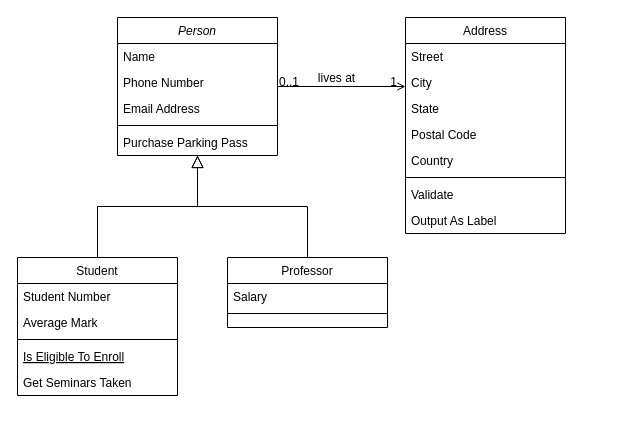
Above: 제목 없는 다이어그램.drawio in hu4nana/ClassIdeas (draw.io), before the change. Source tidied: cells renumbered, new cells numbered last; positions are measured from the earlier drawing's top-left corner, leaving out a move shared by most shapes. Both pictures are drawn from the tidied source at 100%, with x=0, y=0 at pixel (17, 17).
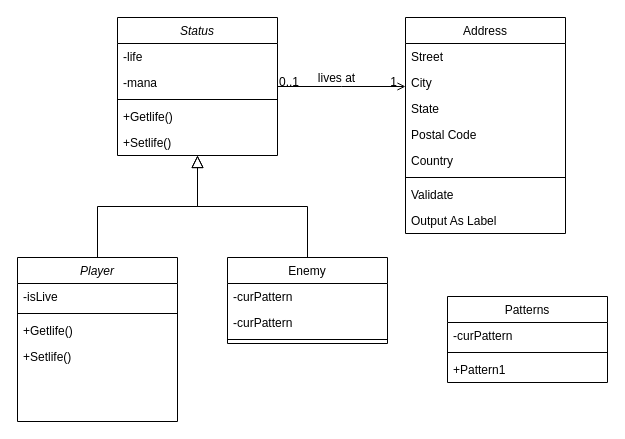
Above is the later version.

Commit message:
제목 없는 다이어그램.drawio 업데이트

What changed in the source:
```diff
@@
-    <mxCell id="2" value="Person" style="swimlane;fontStyle=2;align=center;verticalAlign=top;horizontal=1;startSize=26;rounded=0;shadow=0;strokeWidth=1;" parent="1" vertex="1">
+    <mxCell id="2" value="Status" style="swimlane;fontStyle=2;align=center;verticalAlign=top;horizontal=1;startSize=26;rounded=0;shadow=0;strokeWidth=1;" parent="1" vertex="1">
       <mxGeometry x="100" width="160" height="138" as="geometry" />
     </mxCell>
-    <mxCell id="3" value="Name" style="text;align=left;verticalAlign=top;spacingLeft=4;spacingRight=4;overflow=hidden;" parent="2" vertex="1">
-      <mxGeometry y="26" width="160" height="26" as="geometry" />
-    </mxCell>
-    <mxCell id="4" value="Phone Number" style="text;align=left;verticalAlign=top;spacingLeft=4;spacingRight=4;overflow=hidden;rounded=0;shadow=0;html=0;" parent="2" vertex="1">
-      <mxGeometry y="52" width="160" height="26" as="geometry" />
-    </mxCell>
-    <mxCell id="5" value="Email Address" style="text;align=left;verticalAlign=top;spacingLeft=4;spacingRight=4;overflow=hidden;rounded=0;shadow=0;html=0;" parent="2" vertex="1">
-      <mxGeometry y="78" width="160" height="26" as="geometry" />
-    </mxCell>
+    <mxCell id="32" value="-life" style="text;align=left;verticalAlign=top;spacingLeft=4;spacingRight=4;overflow=hidden;" parent="2" vertex="1">
+      <mxGeometry y="26" width="160" height="26" as="geometry" />
+    </mxCell>
+    <mxCell id="33" value="-mana" style="text;align=left;verticalAlign=top;spacingLeft=4;spacingRight=4;overflow=hidden;rounded=0;shadow=0;html=0;" parent="2" vertex="1">
+      <mxGeometry y="52" width="160" height="26" as="geometry" />
+    </mxCell>
     <mxCell id="6" style="line;html=1;strokeWidth=1;align=left;verticalAlign=middle;spacingTop=-1;spacingLeft=3;spacingRight=3;labelPosition=right;" parent="2" vertex="1">
-      <mxGeometry y="104" width="160" height="8" as="geometry" />
+      <mxGeometry y="78" width="160" height="8" as="geometry" />
     </mxCell>
-    <mxCell id="7" value="Purchase Parking Pass" style="text;align=left;verticalAlign=top;spacingLeft=4;spacingRight=4;overflow=hidden;" parent="2" vertex="1">
-      <mxGeometry y="112" width="160" height="26" as="geometry" />
-    </mxCell>
-    <mxCell id="8" value="Student" style="swimlane;fontStyle=0;align=center;verticalAlign=top;horizontal=1;startSize=26;rounded=0;shadow=0;strokeWidth=1;" parent="1" vertex="1">
-      <mxGeometry y="240" width="160" height="138" as="geometry" />
-    </mxCell>
-    <mxCell id="9" value="Student Number" style="text;align=left;verticalAlign=top;spacingLeft=4;spacingRight=4;overflow=hidden;" parent="8" vertex="1">
-      <mxGeometry y="26" width="160" height="26" as="geometry" />
-    </mxCell>
-    <mxCell id="10" value="Average Mark" style="text;align=left;verticalAlign=top;spacingLeft=4;spacingRight=4;overflow=hidden;rounded=0;shadow=0;html=0;" parent="8" vertex="1">
-      <mxGeometry y="52" width="160" height="26" as="geometry" />
-    </mxCell>
-    <mxCell id="11" style="line;html=1;strokeWidth=1;align=left;verticalAlign=middle;spacingTop=-1;spacingLeft=3;spacingRight=3;labelPosition=right;" parent="8" vertex="1">
-      <mxGeometry y="78" width="160" height="8" as="geometry" />
-    </mxCell>
-    <mxCell id="12" value="Is Eligible To Enroll" style="text;align=left;verticalAlign=top;spacingLeft=4;spacingRight=4;overflow=hidden;fontStyle=4;" parent="8" vertex="1">
-      <mxGeometry y="86" width="160" height="26" as="geometry" />
-    </mxCell>
-    <mxCell id="13" value="Get Seminars Taken" style="text;align=left;verticalAlign=top;spacingLeft=4;spacingRight=4;overflow=hidden;" parent="8" vertex="1">
-      <mxGeometry y="112" width="160" height="26" as="geometry" />
-    </mxCell>
+    <mxCell id="34" value="+Getlife()" style="text;align=left;verticalAlign=top;spacingLeft=4;spacingRight=4;overflow=hidden;" parent="2" vertex="1">
+      <mxGeometry y="86" width="160" height="26" as="geometry" />
+    </mxCell>
+    <mxCell id="35" value="+Setlife()" style="text;align=left;verticalAlign=top;spacingLeft=4;spacingRight=4;overflow=hidden;" parent="2" vertex="1">
+      <mxGeometry y="112" width="160" height="26" as="geometry" />
+    </mxCell>
-    <mxCell id="14" style="endArrow=block;endSize=10;endFill=0;shadow=0;strokeWidth=1;rounded=0;edgeStyle=elbowEdgeStyle;elbow=vertical;" parent="1" edge="1" source="8" target="2">
+    <mxCell id="14" style="endArrow=block;endSize=10;endFill=0;shadow=0;strokeWidth=1;rounded=0;edgeStyle=elbowEdgeStyle;elbow=vertical;exitX=0.5;exitY=0;exitDx=0;exitDy=0;" parent="1" edge="1" source="37" target="2">
       <mxGeometry relative="1" as="geometry" />
     </mxCell>
-    <mxCell id="15" value="Professor" style="swimlane;fontStyle=0;align=center;verticalAlign=top;horizontal=1;startSize=26;rounded=0;shadow=0;strokeWidth=1;" parent="1" vertex="1">
-      <mxGeometry x="210" y="240" width="160" height="70" as="geometry" />
+    <mxCell id="15" value="Enemy" style="swimlane;fontStyle=0;align=center;verticalAlign=top;horizontal=1;startSize=26;rounded=0;shadow=0;strokeWidth=1;" parent="1" vertex="1">
+      <mxGeometry x="210" y="240" width="160" height="86" as="geometry" />
     </mxCell>
-    <mxCell id="16" value="Salary" style="text;align=left;verticalAlign=top;spacingLeft=4;spacingRight=4;overflow=hidden;" parent="15" vertex="1">
+    <mxCell id="16" value="-curPattern" style="text;align=left;verticalAlign=top;spacingLeft=4;spacingRight=4;overflow=hidden;" parent="15" vertex="1">
       <mxGeometry y="26" width="160" height="26" as="geometry" />
     </mxCell>
+    <mxCell id="36" value="-curPattern" style="text;align=left;verticalAlign=top;spacingLeft=4;spacingRight=4;overflow=hidden;" parent="15" vertex="1">
+      <mxGeometry y="52" width="160" height="26" as="geometry" />
+    </mxCell>
     <mxCell id="17" style="line;html=1;strokeWidth=1;align=left;verticalAlign=middle;spacingTop=-1;spacingLeft=3;spacingRight=3;labelPosition=right;" parent="15" vertex="1">
-      <mxGeometry y="52" width="160" height="8" as="geometry" />
+      <mxGeometry y="78" width="160" height="8" as="geometry" />
     </mxCell>
@@
+    <mxCell id="37" value="Player" style="swimlane;fontStyle=2;align=center;verticalAlign=top;horizontal=1;startSize=26;rounded=0;shadow=0;strokeWidth=1;" parent="1" vertex="1">
+      <mxGeometry y="240" width="160" height="164" as="geometry" />
+    </mxCell>
+    <mxCell id="38" value="-isLive" style="text;align=left;verticalAlign=top;spacingLeft=4;spacingRight=4;overflow=hidden;" parent="37" vertex="1">
+      <mxGeometry y="26" width="160" height="26" as="geometry" />
+    </mxCell>
+    <mxCell id="39" style="line;html=1;strokeWidth=1;align=left;verticalAlign=middle;spacingTop=-1;spacingLeft=3;spacingRight=3;labelPosition=right;" parent="37" vertex="1">
+      <mxGeometry y="52" width="160" height="8" as="geometry" />
+    </mxCell>
+    <mxCell id="40" value="+Getlife()" style="text;align=left;verticalAlign=top;spacingLeft=4;spacingRight=4;overflow=hidden;" parent="37" vertex="1">
+      <mxGeometry y="60" width="160" height="26" as="geometry" />
+    </mxCell>
+    <mxCell id="41" value="+Setlife()" style="text;align=left;verticalAlign=top;spacingLeft=4;spacingRight=4;overflow=hidden;" parent="37" vertex="1">
+      <mxGeometry y="86" width="160" height="26" as="geometry" />
+    </mxCell>
+    <mxCell id="42" value="Patterns" style="swimlane;fontStyle=0;align=center;verticalAlign=top;horizontal=1;startSize=26;rounded=0;shadow=0;strokeWidth=1;" parent="1" vertex="1">
+      <mxGeometry x="430" y="279" width="160" height="86" as="geometry" />
+    </mxCell>
+    <mxCell id="43" value="-curPattern" style="text;align=left;verticalAlign=top;spacingLeft=4;spacingRight=4;overflow=hidden;" parent="42" vertex="1">
+      <mxGeometry y="26" width="160" height="26" as="geometry" />
+    </mxCell>
+    <mxCell id="44" style="line;html=1;strokeWidth=1;align=left;verticalAlign=middle;spacingTop=-1;spacingLeft=3;spacingRight=3;labelPosition=right;" parent="42" vertex="1">
+      <mxGeometry y="52" width="160" height="8" as="geometry" />
+    </mxCell>
+    <mxCell id="45" value="+Pattern1" style="text;align=left;verticalAlign=top;spacingLeft=4;spacingRight=4;overflow=hidden;" parent="42" vertex="1">
+      <mxGeometry y="60" width="160" height="26" as="geometry" />
+    </mxCell>
```
